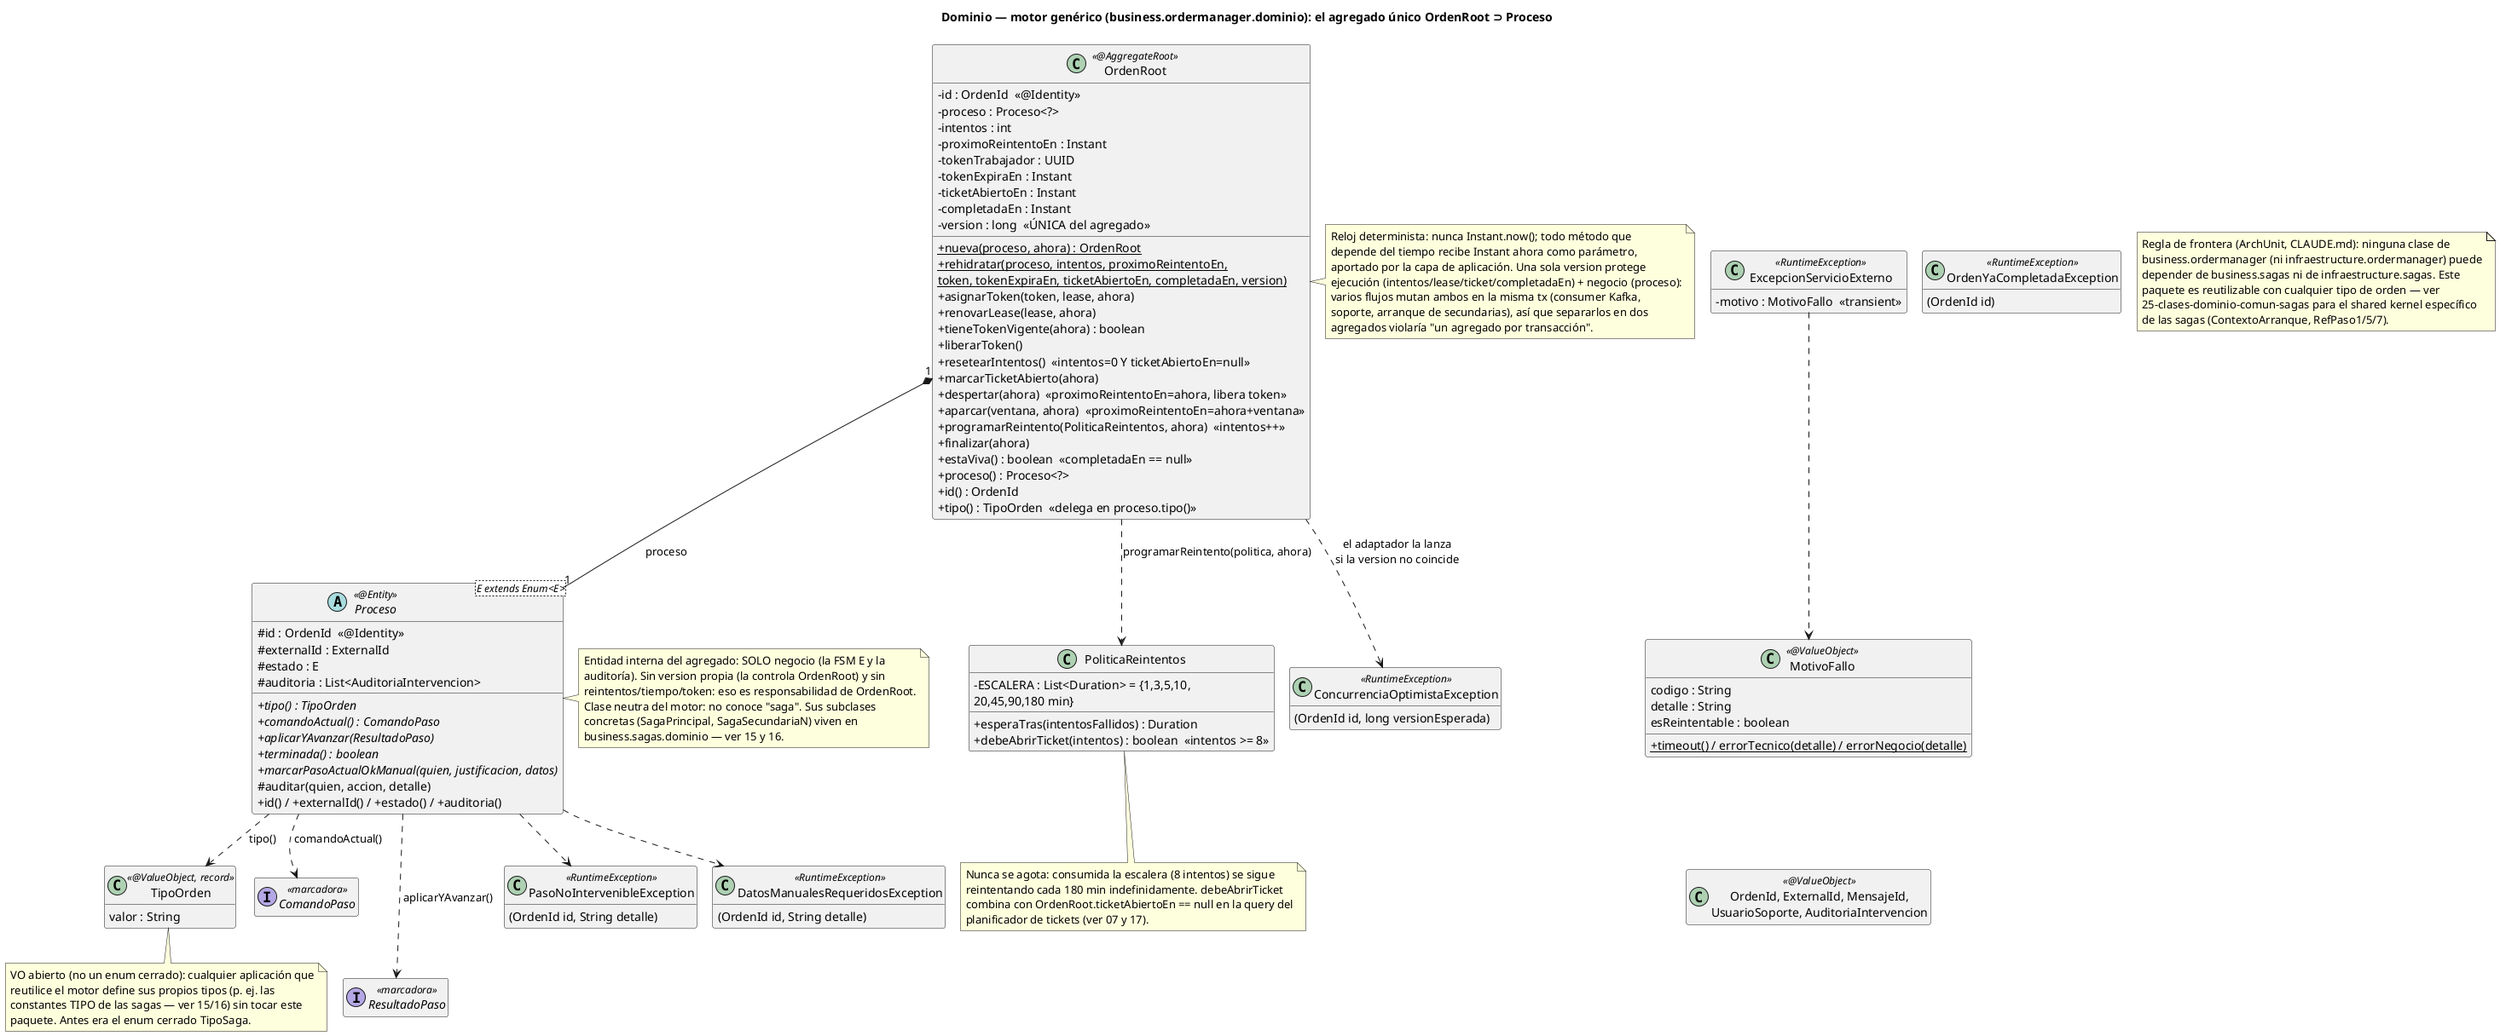
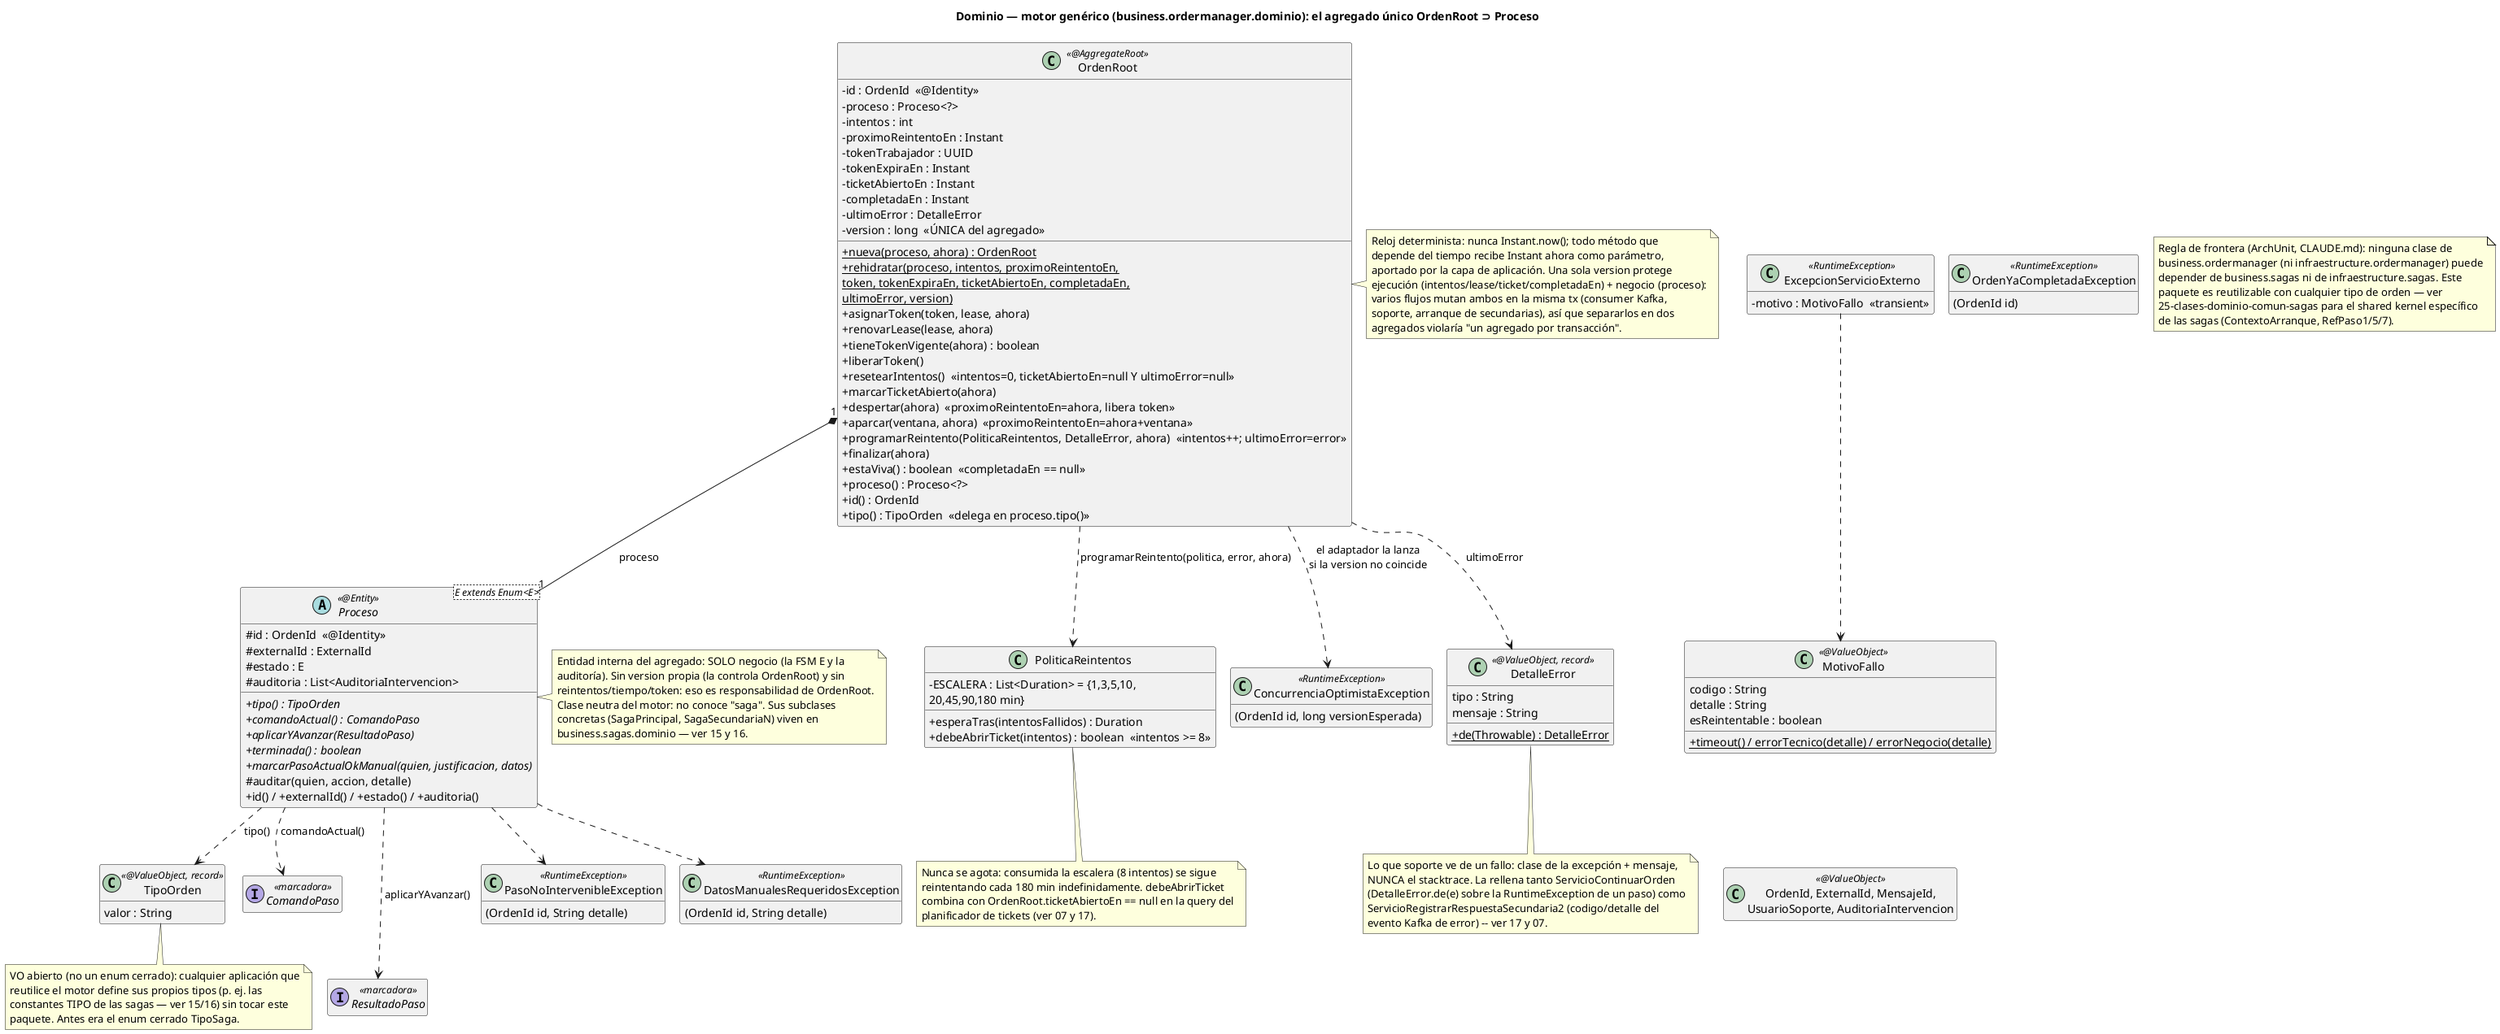
@startuml 14-clases-dominio-ordermanager
title Dominio — motor genérico (business.ordermanager.dominio): el agregado único OrdenRoot ⊃ Proceso
!pragma layout smetana
hide empty members
skinparam classAttributeIconSize 0

class OrdenRoot <<@AggregateRoot>> {
  -id : OrdenId  «@Identity»
  -proceso : Proceso<?>
  -intentos : int
  -proximoReintentoEn : Instant
  -tokenTrabajador : UUID
  -tokenExpiraEn : Instant
  -ticketAbiertoEn : Instant
  -completadaEn : Instant
+   -ultimoError : DetalleError
  -version : long  «ÚNICA del agregado»
  +{static} nueva(proceso, ahora) : OrdenRoot
-   +{static} rehidratar(proceso, intentos, proximoReintentoEn,\ntoken, tokenExpiraEn, ticketAbiertoEn, completadaEn, version)
+   +{static} rehidratar(proceso, intentos, proximoReintentoEn,\ntoken, tokenExpiraEn, ticketAbiertoEn, completadaEn,\nultimoError, version)
  +asignarToken(token, lease, ahora)
  +renovarLease(lease, ahora)
  +tieneTokenVigente(ahora) : boolean
  +liberarToken()
-   +resetearIntentos()  «intentos=0 Y ticketAbiertoEn=null»
+   +resetearIntentos()  «intentos=0, ticketAbiertoEn=null Y ultimoError=null»
  +marcarTicketAbierto(ahora)
  +despertar(ahora)  «proximoReintentoEn=ahora, libera token»
  +aparcar(ventana, ahora)  «proximoReintentoEn=ahora+ventana»
-   +programarReintento(PoliticaReintentos, ahora)  «intentos++»
+   +programarReintento(PoliticaReintentos, DetalleError, ahora)  «intentos++; ultimoError=error»
  +finalizar(ahora)
  +estaViva() : boolean  «completadaEn == null»
  +proceso() : Proceso<?>
  +id() : OrdenId
  +tipo() : TipoOrden  «delega en proceso.tipo()»
}
note right of OrdenRoot
  Reloj determinista: nunca Instant.now(); todo método que
  depende del tiempo recibe Instant ahora como parámetro,
  aportado por la capa de aplicación. Una sola version protege
  ejecución (intentos/lease/ticket/completadaEn) + negocio (proceso):
  varios flujos mutan ambos en la misma tx (consumer Kafka,
  soporte, arranque de secundarias), así que separarlos en dos
  agregados violaría "un agregado por transacción".
end note

abstract class "Proceso<E extends Enum<E>>" as Proceso <<@Entity>> {
  #id : OrdenId  «@Identity»
  #externalId : ExternalId
  #estado : E
  #auditoria : List<AuditoriaIntervencion>
  {abstract} +tipo() : TipoOrden
  {abstract} +comandoActual() : ComandoPaso
  {abstract} +aplicarYAvanzar(ResultadoPaso)
  {abstract} +terminada() : boolean
  {abstract} +marcarPasoActualOkManual(quien, justificacion, datos)
  #auditar(quien, accion, detalle)
  +id() / +externalId() / +estado() / +auditoria()
}
note right of Proceso
  Entidad interna del agregado: SOLO negocio (la FSM E y la
  auditoría). Sin version propia (la controla OrdenRoot) y sin
  reintentos/tiempo/token: eso es responsabilidad de OrdenRoot.
  Clase neutra del motor: no conoce "saga". Sus subclases
  concretas (SagaPrincipal, SagaSecundariaN) viven en
  business.sagas.dominio — ver 15 y 16.
end note

class PoliticaReintentos {
  -ESCALERA : List<Duration> = {1,3,5,10,\n20,45,90,180 min}
  +esperaTras(intentosFallidos) : Duration
  +debeAbrirTicket(intentos) : boolean  «intentos >= 8»
}
note bottom of PoliticaReintentos
  Nunca se agota: consumida la escalera (8 intentos) se sigue
  reintentando cada 180 min indefinidamente. debeAbrirTicket
  combina con OrdenRoot.ticketAbiertoEn == null en la query del
  planificador de tickets (ver 07 y 17).
end note

class TipoOrden <<@ValueObject, record>> {
  valor : String
}
note bottom of TipoOrden
  VO abierto (no un enum cerrado): cualquier aplicación que
  reutilice el motor define sus propios tipos (p. ej. las
  constantes TIPO de las sagas — ver 15/16) sin tocar este
  paquete. Antes era el enum cerrado TipoSaga.
end note

interface ComandoPaso <<marcadora>>
interface ResultadoPaso <<marcadora>>

class ConcurrenciaOptimistaException <<RuntimeException>> {
  (OrdenId id, long versionEsperada)
}
class ExcepcionServicioExterno <<RuntimeException>> {
  -motivo : MotivoFallo  «transient»
}
class PasoNoIntervenibleException <<RuntimeException>> {
  (OrdenId id, String detalle)
}
class DatosManualesRequeridosException <<RuntimeException>> {
  (OrdenId id, String detalle)
}
class OrdenYaCompletadaException <<RuntimeException>> {
  (OrdenId id)
}

class MotivoFallo <<@ValueObject>> {
  codigo : String
  detalle : String
  esReintentable : boolean
  +{static} timeout() / errorTecnico(detalle) / errorNegocio(detalle)
}
+ class DetalleError <<@ValueObject, record>> {
+   tipo : String
+   mensaje : String
+   +{static} de(Throwable) : DetalleError
+ }
+ note bottom of DetalleError
+   Lo que soporte ve de un fallo: clase de la excepción + mensaje,
+   NUNCA el stacktrace. La rellena tanto ServicioContinuarOrden
+   (DetalleError.de(e) sobre la RuntimeException de un paso) como
+   ServicioRegistrarRespuestaSecundaria2 (codigo/detalle del
+   evento Kafka de error) -- ver 17 y 07.
+ end note
class "OrdenId, ExternalId, MensajeId,\nUsuarioSoporte, AuditoriaIntervencion" as VOs <<@ValueObject>>

OrdenRoot "1" *-- "1" Proceso : proceso
- OrdenRoot ..> PoliticaReintentos : programarReintento(politica, ahora)
+ OrdenRoot ..> PoliticaReintentos : programarReintento(politica, error, ahora)
+ OrdenRoot ..> DetalleError : ultimoError
OrdenRoot ..> ConcurrenciaOptimistaException : el adaptador la lanza\nsi la version no coincide
Proceso ..> TipoOrden : tipo()
Proceso ..> ComandoPaso : comandoActual()
Proceso ..> ResultadoPaso : aplicarYAvanzar()
Proceso ..> PasoNoIntervenibleException
Proceso ..> DatosManualesRequeridosException
ExcepcionServicioExterno ..> MotivoFallo

' Layout: columnas sin cruces
ComandoPaso -[hidden]down- ResultadoPaso
MotivoFallo -[hidden]down- VOs

note as NFrontera
  Regla de frontera (ArchUnit, CLAUDE.md): ninguna clase de
  business.ordermanager (ni infraestructure.ordermanager) puede
  depender de business.sagas ni de infraestructure.sagas. Este
  paquete es reutilizable con cualquier tipo de orden — ver
  25-clases-dominio-comun-sagas para el shared kernel específico
  de las sagas (ContextoArranque, RefPaso1/5/7).
end note
@enduml
